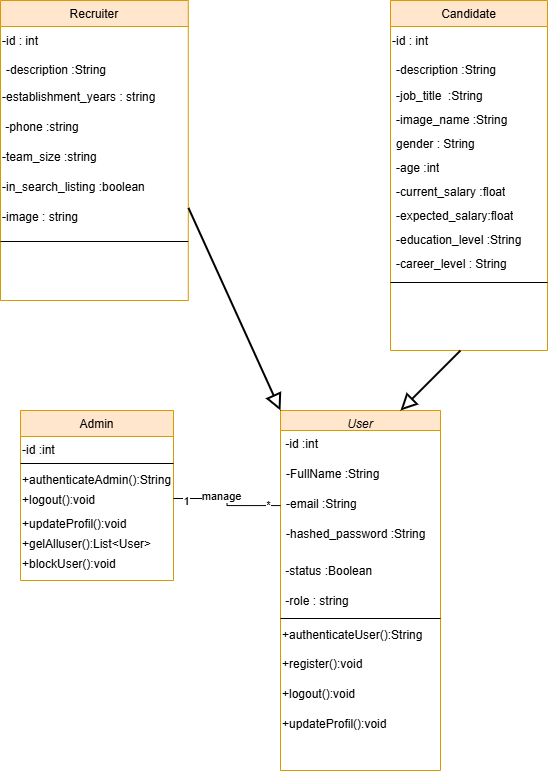
Above: Diagramme classe sprint1.png in chirine1/-project (draw.io), before the change. Source tidied: cells renumbered, new cells last; positions are measured from the earlier drawing's top-left corner, leaving out a move shared by most shapes.
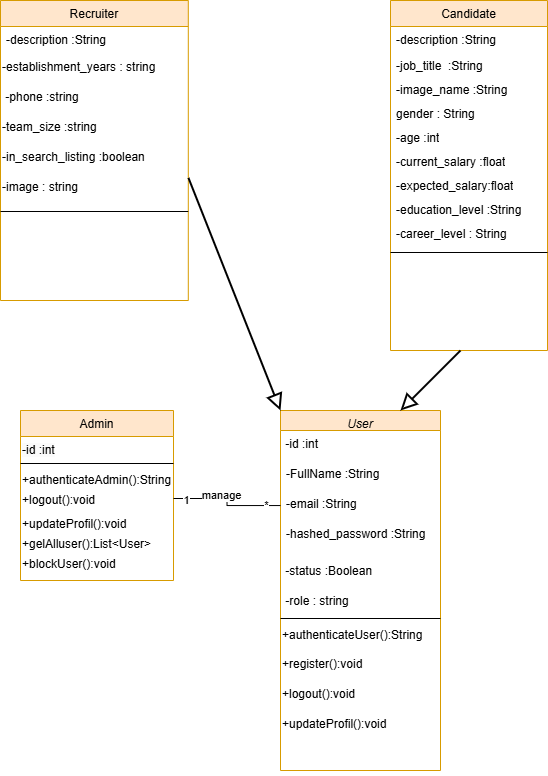
After the change.

Commit message:
Mettre à jour Diagramme classe sprint1.png

What changed in the source:
```diff
@@ -5,65 +5,59 @@
     <mxCell id="2" value="Recruiter" style="swimlane;fontStyle=0;align=center;verticalAlign=top;horizontal=1;startSize=26;rounded=0;shadow=0;strokeWidth=1;fillColor=#ffe6cc;strokeColor=#d79b00;" parent="1" vertex="1">
       <mxGeometry width="187.8" height="300" as="geometry" />
     </mxCell>
-    <mxCell id="3" value="-id : int" style="text;html=1;align=left;verticalAlign=middle;strokeColor=none;fillColor=none;" parent="2" vertex="1">
-      <mxGeometry y="26" width="187.8" height="30" as="geometry" />
-    </mxCell>
     <mxCell id="4" value="-description :String" style="text;strokeColor=none;fillColor=none;align=left;verticalAlign=top;spacingLeft=4;spacingRight=4;overflow=hidden;whiteSpace=wrap;html=1;" parent="2" vertex="1">
-      <mxGeometry y="56" width="187.8" height="26" as="geometry" />
+      <mxGeometry y="26" width="187.8" height="26" as="geometry" />
     </mxCell>
     <mxCell id="5" value="-establishment_years : string" style="text;html=1;align=left;verticalAlign=middle;strokeColor=none;fillColor=none;" parent="2" vertex="1">
-      <mxGeometry y="82" width="187.8" height="30" as="geometry" />
+      <mxGeometry y="52" width="187.8" height="30" as="geometry" />
     </mxCell>
     <mxCell id="6" value="&amp;nbsp;-phone :string" style="text;html=1;align=left;verticalAlign=middle;strokeColor=none;fillColor=none;" parent="2" vertex="1">
-      <mxGeometry y="112" width="187.8" height="30" as="geometry" />
+      <mxGeometry y="82" width="187.8" height="30" as="geometry" />
     </mxCell>
     <mxCell id="7" value="-team_size :string" style="text;html=1;align=left;verticalAlign=middle;strokeColor=none;fillColor=none;" parent="2" vertex="1">
-      <mxGeometry y="142" width="187.8" height="30" as="geometry" />
+      <mxGeometry y="112" width="187.8" height="30" as="geometry" />
     </mxCell>
     <mxCell id="8" value="-in_search_listing :boolean" style="text;html=1;align=left;verticalAlign=middle;strokeColor=none;fillColor=none;" parent="2" vertex="1">
-      <mxGeometry y="172" width="187.8" height="30" as="geometry" />
+      <mxGeometry y="142" width="187.8" height="30" as="geometry" />
     </mxCell>
     <mxCell id="9" value="-image : string" style="text;html=1;align=left;verticalAlign=middle;points=[];strokeColor=none;fillColor=none;" parent="2" vertex="1">
-      <mxGeometry y="202" width="187.8" height="30" as="geometry" />
+      <mxGeometry y="172" width="187.8" height="30" as="geometry" />
     </mxCell>
     <mxCell id="10" style="line;html=1;strokeWidth=1;align=left;verticalAlign=middle;spacingTop=-1;spacingLeft=3;spacingRight=3;labelPosition=right;" parent="2" vertex="1">
-      <mxGeometry y="232" width="187.8" height="18" as="geometry" />
+      <mxGeometry y="202" width="187.8" height="18" as="geometry" />
     </mxCell>
     <mxCell id="11" value="Candidate" style="swimlane;fontStyle=0;align=center;verticalAlign=top;horizontal=1;startSize=26;rounded=0;shadow=0;strokeWidth=1;fillColor=#ffe6cc;strokeColor=#d79b00;" parent="1" vertex="1">
       <mxGeometry x="390" width="157" height="350" as="geometry" />
     </mxCell>
-    <mxCell id="12" value="-id : int" style="text;html=1;align=left;verticalAlign=middle;strokeColor=none;fillColor=none;" parent="11" vertex="1">
-      <mxGeometry y="26" width="157" height="30" as="geometry" />
-    </mxCell>
     <mxCell id="13" value="-description :String" style="text;strokeColor=none;fillColor=none;align=left;verticalAlign=top;spacingLeft=4;spacingRight=4;overflow=hidden;whiteSpace=wrap;html=1;" parent="11" vertex="1">
-      <mxGeometry y="56" width="157" height="26" as="geometry" />
+      <mxGeometry y="26" width="157" height="26" as="geometry" />
     </mxCell>
     <mxCell id="14" value="-job_title&amp;nbsp; :String&lt;div&gt;&lt;br&gt;&lt;/div&gt;&lt;div&gt;-image_name :String&lt;/div&gt;" style="text;strokeColor=none;fillColor=none;align=left;verticalAlign=top;spacingLeft=4;spacingRight=4;overflow=hidden;whiteSpace=wrap;html=1;" parent="11" vertex="1">
-      <mxGeometry y="82" width="157" height="24" as="geometry" />
+      <mxGeometry y="52" width="157" height="24" as="geometry" />
     </mxCell>
     <mxCell id="15" value="-image_name :String" style="text;strokeColor=none;fillColor=none;align=left;verticalAlign=top;spacingLeft=4;spacingRight=4;overflow=hidden;whiteSpace=wrap;html=1;" parent="11" vertex="1">
-      <mxGeometry y="106" width="157" height="24" as="geometry" />
+      <mxGeometry y="76" width="157" height="24" as="geometry" />
     </mxCell>
     <mxCell id="16" value="gender : String" style="text;strokeColor=none;fillColor=none;align=left;verticalAlign=top;spacingLeft=4;spacingRight=4;overflow=hidden;whiteSpace=wrap;html=1;" parent="11" vertex="1">
-      <mxGeometry y="130" width="157" height="24" as="geometry" />
+      <mxGeometry y="100" width="157" height="24" as="geometry" />
     </mxCell>
     <mxCell id="17" value="-age :int" style="text;strokeColor=none;fillColor=none;align=left;verticalAlign=top;spacingLeft=4;spacingRight=4;overflow=hidden;whiteSpace=wrap;html=1;" parent="11" vertex="1">
-      <mxGeometry y="154" width="157" height="24" as="geometry" />
+      <mxGeometry y="124" width="157" height="24" as="geometry" />
     </mxCell>
     <mxCell id="18" value="-current_salary :float" style="text;strokeColor=none;fillColor=none;align=left;verticalAlign=top;spacingLeft=4;spacingRight=4;overflow=hidden;whiteSpace=wrap;html=1;" parent="11" vertex="1">
-      <mxGeometry y="178" width="157" height="24" as="geometry" />
+      <mxGeometry y="148" width="157" height="24" as="geometry" />
     </mxCell>
     <mxCell id="19" value="-expected_salary:float" style="text;strokeColor=none;fillColor=none;align=left;verticalAlign=top;spacingLeft=4;spacingRight=4;overflow=hidden;whiteSpace=wrap;html=1;" parent="11" vertex="1">
-      <mxGeometry y="202" width="157" height="24" as="geometry" />
+      <mxGeometry y="172" width="157" height="24" as="geometry" />
     </mxCell>
     <mxCell id="20" value="-education_level :String" style="text;strokeColor=none;fillColor=none;align=left;verticalAlign=top;spacingLeft=4;spacingRight=4;overflow=hidden;whiteSpace=wrap;html=1;" parent="11" vertex="1">
-      <mxGeometry y="226" width="157" height="24" as="geometry" />
+      <mxGeometry y="196" width="157" height="24" as="geometry" />
     </mxCell>
     <mxCell id="21" value="-career_level : String" style="text;strokeColor=none;fillColor=none;align=left;verticalAlign=top;spacingLeft=4;spacingRight=4;overflow=hidden;whiteSpace=wrap;html=1;" parent="11" vertex="1">
-      <mxGeometry y="250" width="157" height="24" as="geometry" />
+      <mxGeometry y="220" width="157" height="24" as="geometry" />
     </mxCell>
     <mxCell id="22" style="line;html=1;strokeWidth=1;align=left;verticalAlign=middle;spacingTop=-1;spacingLeft=3;spacingRight=3;labelPosition=right;" parent="11" vertex="1">
-      <mxGeometry y="274" width="157" height="16" as="geometry" />
+      <mxGeometry y="244" width="157" height="16" as="geometry" />
     </mxCell>
     <mxCell id="23" value="User" style="swimlane;fontStyle=2;align=center;verticalAlign=top;horizontal=1;startSize=20;rounded=0;shadow=0;strokeWidth=1;fillColor=#ffe6cc;strokeColor=#d79b00;" parent="1" vertex="1">
       <mxGeometry x="280" y="410" width="160" height="360" as="geometry" />
```
